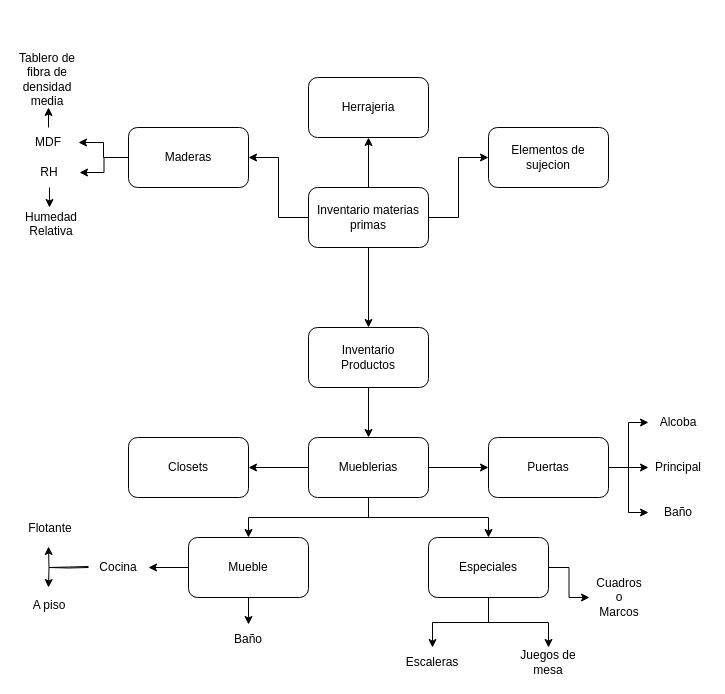
This is Diagrama sin título.drawio from DavidSteyr/diagramaProcesosTGS, a draw.io file, before an edit. Source tidied: cells renumbered, new cells numbered last; positions are measured from the earlier drawing's top-left corner, leaving out a move shared by most shapes. Both pictures are drawn from the tidied source at 100%, with x=0, y=0 at pixel (17, 64).
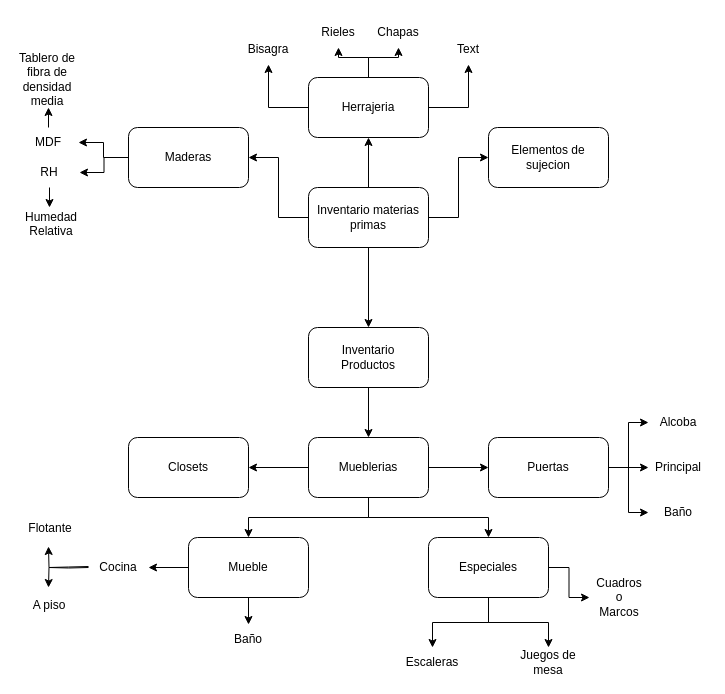
The same diagram, later.

The change refers to these unchanged cells:
```xml
<mxCell id="10" value="Herrajeria" style="rounded=1;whiteSpace=wrap;html=1;" parent="1" vertex="1">
  <mxGeometry x="291" y="13" width="120" height="60" as="geometry" />
</mxCell>
```

What changed in the source:
```diff
@@
+    <mxCell id="49" style="edgeStyle=orthogonalEdgeStyle;rounded=0;jettySize=auto;html=1;entryX=0.5;entryY=1;entryDx=0;entryDy=0;" parent="1" edge="1" source="10" target="53">
+      <mxGeometry relative="1" as="geometry" />
+    </mxCell>
+    <mxCell id="50" style="edgeStyle=orthogonalEdgeStyle;rounded=0;jettySize=auto;html=1;" parent="1" edge="1" source="10" target="54">
+      <mxGeometry relative="1" as="geometry" />
+    </mxCell>
+    <mxCell id="51" style="edgeStyle=orthogonalEdgeStyle;rounded=0;jettySize=auto;html=1;" parent="1" edge="1" source="10" target="55">
+      <mxGeometry relative="1" as="geometry" />
+    </mxCell>
+    <mxCell id="52" style="edgeStyle=orthogonalEdgeStyle;rounded=0;jettySize=auto;html=1;entryX=0.5;entryY=1;entryDx=0;entryDy=0;" parent="1" edge="1" source="10" target="56">
+      <mxGeometry relative="1" as="geometry" />
+    </mxCell>
@@
+    <mxCell id="53" value="Rieles" style="text;html=1;strokeColor=none;fillColor=none;align=center;verticalAlign=middle;whiteSpace=wrap;rounded=0;" parent="1" vertex="1">
+      <mxGeometry x="291" y="-47" width="60" height="30" as="geometry" />
+    </mxCell>
+    <mxCell id="54" value="Chapas" style="text;html=1;strokeColor=none;fillColor=none;align=center;verticalAlign=middle;whiteSpace=wrap;rounded=0;" parent="1" vertex="1">
+      <mxGeometry x="351" y="-47" width="60" height="30" as="geometry" />
+    </mxCell>
+    <mxCell id="55" value="Bisagra" style="text;html=1;strokeColor=none;fillColor=none;align=center;verticalAlign=middle;whiteSpace=wrap;rounded=0;" parent="1" vertex="1">
+      <mxGeometry x="221" y="-30" width="60" height="30" as="geometry" />
+    </mxCell>
+    <mxCell id="56" value="Text" style="text;html=1;strokeColor=none;fillColor=none;align=center;verticalAlign=middle;whiteSpace=wrap;rounded=0;" parent="1" vertex="1">
+      <mxGeometry x="421" y="-30" width="60" height="30" as="geometry" />
+    </mxCell>
```
